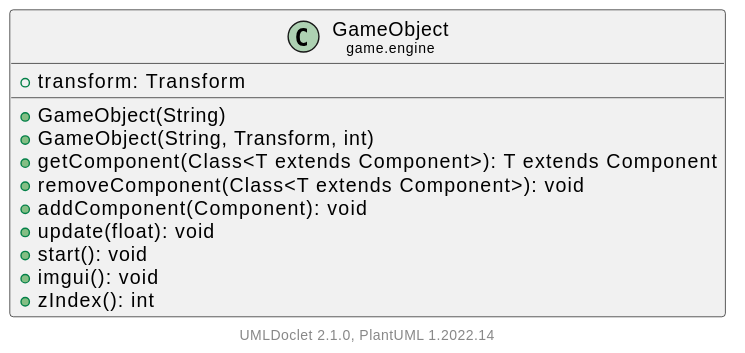
Hirschiii/JavaGameEngine keeps this PlantUML diagram as doc/javadoc/game/engine/GameObject.svg. Above is the earlier version.
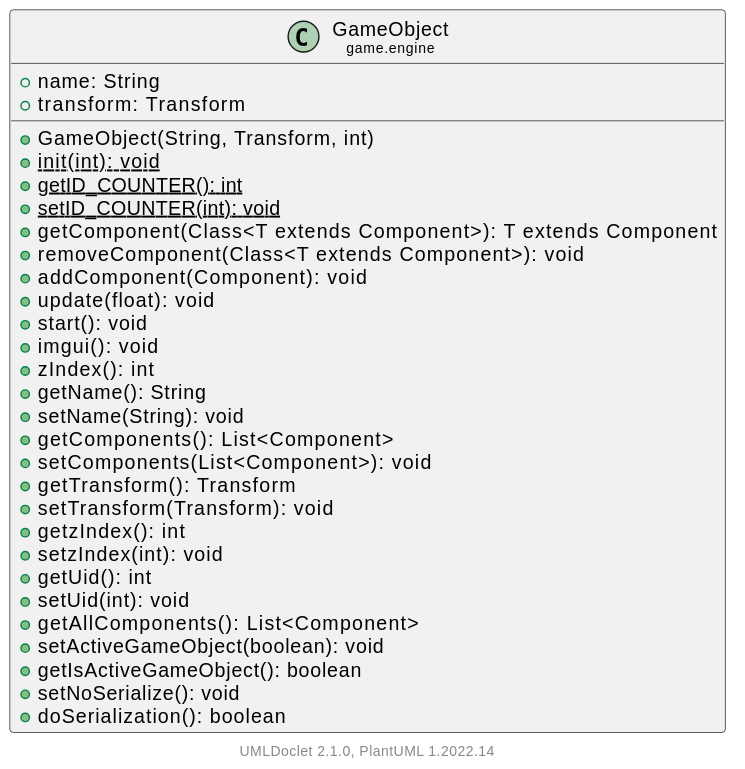
The same file after the commit.

Diff of the diagram source:
```diff
@@ -4,9 +4,12 @@
     hide empty methods
 
     class "<size:14>GameObject\n<size:10>game.engine" as game.engine.GameObject [[GameObject.html]] {
+        +name: String
         +transform: Transform
-        +GameObject(String)
         +GameObject(String, Transform, int)
+        {static} +init(int): void
+        {static} +getID_COUNTER(): int
+        {static} +setID_COUNTER(int): void
         +getComponent(Class<T extends Component>): T extends Component
         +removeComponent(Class<T extends Component>): void
         +addComponent(Component): void
@@ -14,6 +17,21 @@
         +start(): void
         +imgui(): void
         +zIndex(): int
+        +getName(): String
+        +setName(String): void
+        +getComponents(): List<Component>
+        +setComponents(List<Component>): void
+        +getTransform(): Transform
+        +setTransform(Transform): void
+        +getzIndex(): int
+        +setzIndex(int): void
+        +getUid(): int
+        +setUid(int): void
+        +getAllComponents(): List<Component>
+        +setActiveGameObject(boolean): void
+        +getIsActiveGameObject(): boolean
+        +setNoSerialize(): void
+        +doSerialization(): boolean
     }
 
     center footer UMLDoclet 2.1.0, PlantUML %version()
```
